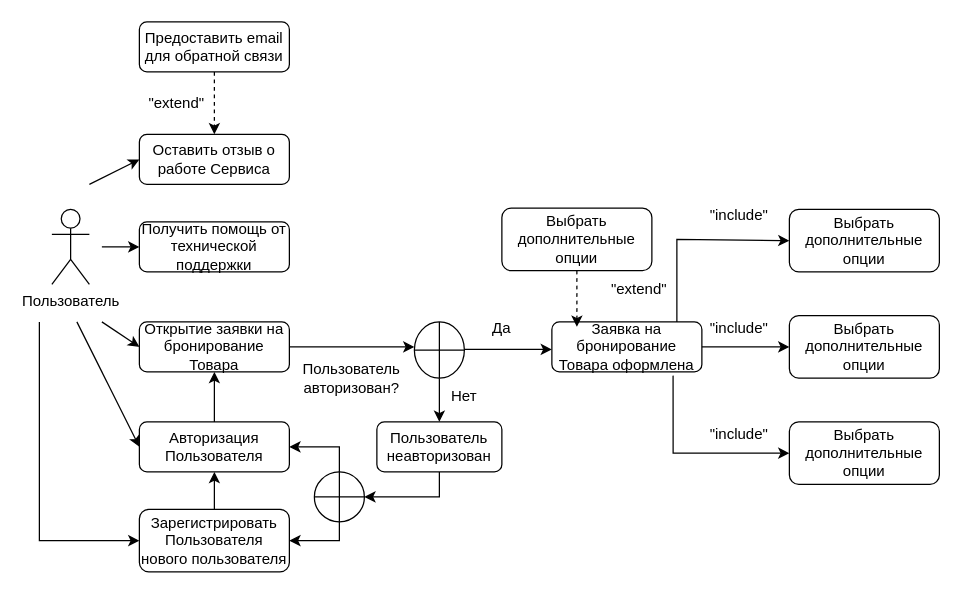
The draw.io diagram Диаграмма Крутиколеса.drawio in pytonuserouner/UML_study, before the edit. Source tidied: cells renumbered, new cells numbered last; positions are measured from the earlier drawing's top-left corner, leaving out a move shared by most shapes. Both pictures are drawn from the tidied source at 125%, with x=0, y=0 at pixel (39, 21).
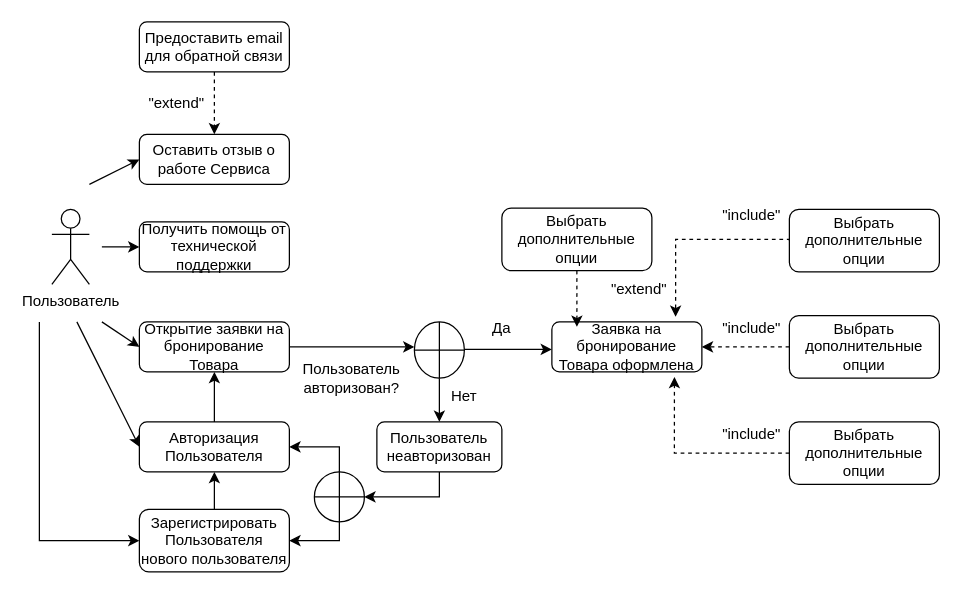
The same page after the edit.

Unchanged cells that the change refers to:
```xml
<mxCell id="30" value="Заявка на бронирование Товара оформлена" style="rounded=1;whiteSpace=wrap;html=1;fontSize=12;glass=0;strokeWidth=1;shadow=0;" parent="1" vertex="1">
  <mxGeometry x="410" y="240" width="120" height="40" as="geometry" />
</mxCell>
<mxCell id="34" value="Выбрать дополнительные опции" style="rounded=1;whiteSpace=wrap;html=1;fontSize=12;glass=0;strokeWidth=1;shadow=0;" parent="1" vertex="1">
  <mxGeometry x="600" y="150" width="120" height="50" as="geometry" />
</mxCell>
<mxCell id="35" value="Выбрать дополнительные опции" style="rounded=1;whiteSpace=wrap;html=1;fontSize=12;glass=0;strokeWidth=1;shadow=0;" parent="1" vertex="1">
  <mxGeometry x="600" y="235" width="120" height="50" as="geometry" />
</mxCell>
<mxCell id="36" value="Выбрать дополнительные опции" style="rounded=1;whiteSpace=wrap;html=1;fontSize=12;glass=0;strokeWidth=1;shadow=0;" parent="1" vertex="1">
  <mxGeometry x="600" y="320" width="120" height="50" as="geometry" />
</mxCell>
```

What changed in the source:
```diff
@@
-    <mxCell id="37" style="endArrow=classic;html=1;rounded=0;entryX=0;entryY=0.5;entryDx=0;entryDy=0;edgeStyle=orthogonalEdgeStyle;" parent="1" edge="1" target="34">
+    <mxCell id="37" style="endArrow=classic;html=1;rounded=0;entryX=0.825;entryY=-0.1;entryDx=0;entryDy=0;edgeStyle=orthogonalEdgeStyle;entryPerimeter=0;exitX=0;exitY=0.5;exitDx=0;exitDy=0;dashed=1;" parent="1" edge="1" source="34" target="30">
       <mxGeometry relative="1" as="geometry">
-        <mxPoint x="510" y="240" as="sourcePoint" />
         <Array as="points">
-          <mxPoint x="510" y="174" />
+          <mxPoint x="600" y="174" />
+          <mxPoint x="509" y="174" />
         </Array>
       </mxGeometry>
     </mxCell>
-    <mxCell id="38" style="endArrow=classic;html=1;rounded=0;exitX=1;exitY=0.5;exitDx=0;exitDy=0;" parent="1" edge="1" source="30" target="35">
+    <mxCell id="38" style="endArrow=classic;html=1;rounded=0;exitX=0;exitY=0.5;exitDx=0;exitDy=0;entryX=1;entryY=0.5;entryDx=0;entryDy=0;dashed=1;" parent="1" edge="1" source="35" target="30">
       <mxGeometry relative="1" as="geometry" />
     </mxCell>
-    <mxCell id="39" style="endArrow=classic;html=1;rounded=0;exitX=0.808;exitY=1.075;exitDx=0;exitDy=0;exitPerimeter=0;entryX=0;entryY=0.5;entryDx=0;entryDy=0;edgeStyle=orthogonalEdgeStyle;" parent="1" edge="1" source="30" target="36">
+    <mxCell id="39" style="endArrow=classic;html=1;rounded=0;entryX=0.817;entryY=1.1;entryDx=0;entryDy=0;edgeStyle=orthogonalEdgeStyle;entryPerimeter=0;dashed=1;" parent="1" edge="1" source="36" target="30">
       <mxGeometry relative="1" as="geometry">
         <Array as="points">
-          <mxPoint x="507" y="345" />
+          <mxPoint x="508" y="345" />
         </Array>
       </mxGeometry>
     </mxCell>
     <mxCell id="40" value="&quot;include&quot;" style="text;html=1;align=center;verticalAlign=middle;whiteSpace=wrap;rounded=0;" parent="1" vertex="1">
-      <mxGeometry x="530" y="230" width="60" height="30" as="geometry" />
+      <mxGeometry x="540" y="230" width="60" height="30" as="geometry" />
     </mxCell>
     <mxCell id="41" value="&quot;include&quot;" style="text;html=1;align=center;verticalAlign=middle;whiteSpace=wrap;rounded=0;" parent="1" vertex="1">
-      <mxGeometry x="530" y="315" width="60" height="30" as="geometry" />
+      <mxGeometry x="540" y="315" width="60" height="30" as="geometry" />
     </mxCell>
     <mxCell id="42" value="&quot;include&quot;" style="text;html=1;align=center;verticalAlign=middle;whiteSpace=wrap;rounded=0;" parent="1" vertex="1">
-      <mxGeometry x="530" y="140" width="60" height="30" as="geometry" />
+      <mxGeometry x="540" y="140" width="60" height="30" as="geometry" />
     </mxCell>
```
